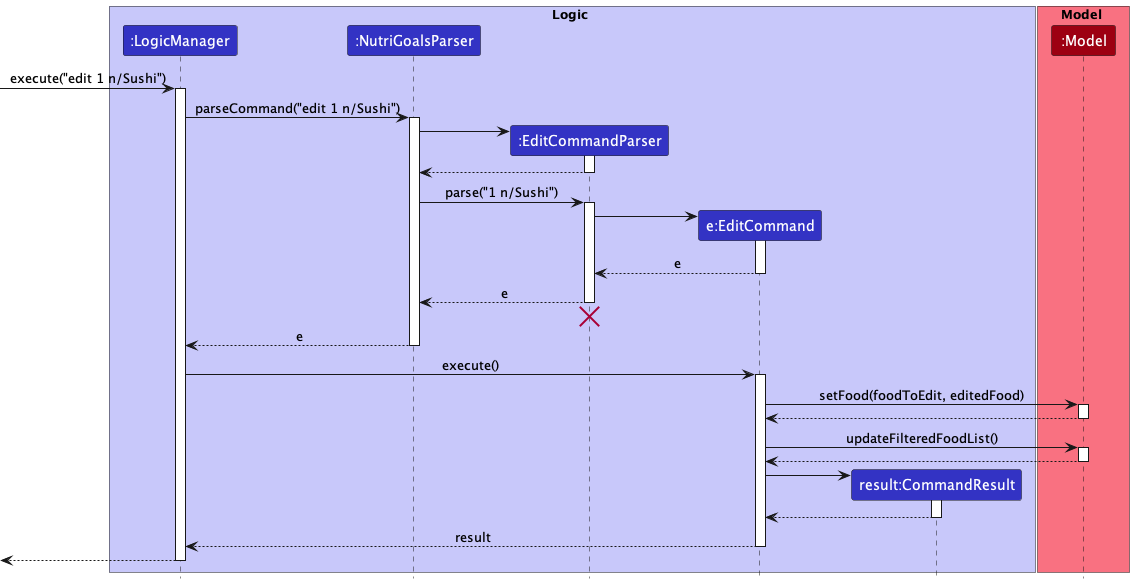
This is docs/images/EditSequenceDiagram.png from nus-cs2103-AY2223S1/tp, a PlantUML export, as it was before one commit.
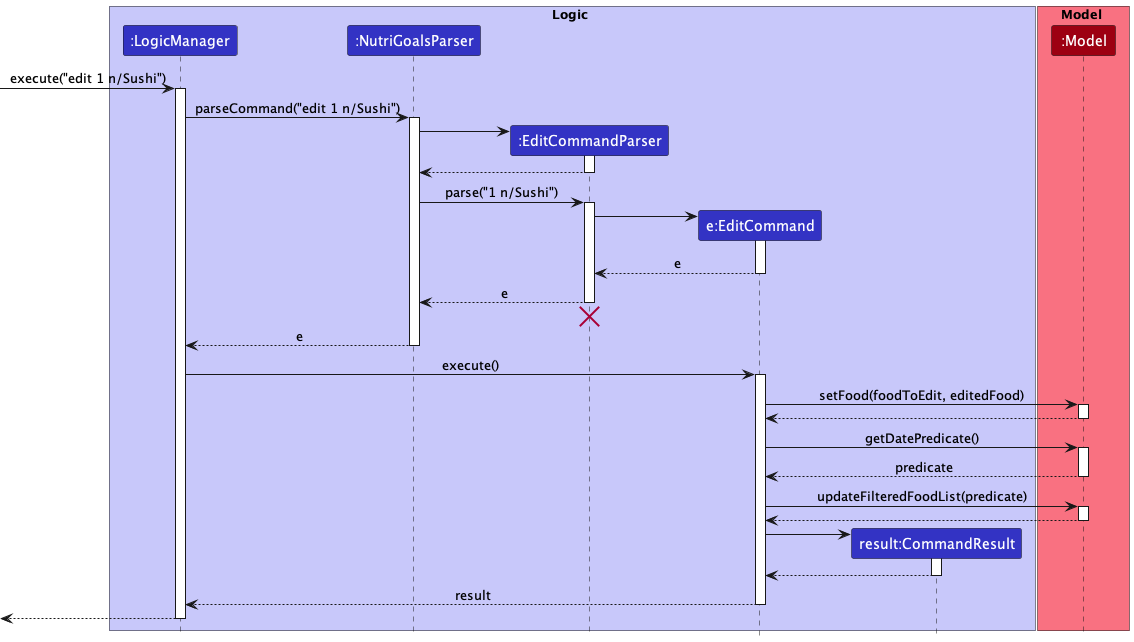
The same diagram one commit later.

Commit message:
Update sequence diagram for edit command

Diff of the diagram source:
```diff
@@ -53,7 +53,13 @@
 Model --> EditCommand
 deactivate Model
 
-EditCommand -> Model : updateFilteredFoodList()
+EditCommand -> Model : getDatePredicate()
+activate Model
+
+Model --> EditCommand : predicate
+deactivate Model
+
+EditCommand -> Model : updateFilteredFoodList(predicate)
 activate Model
 
 Model --> EditCommand
```
